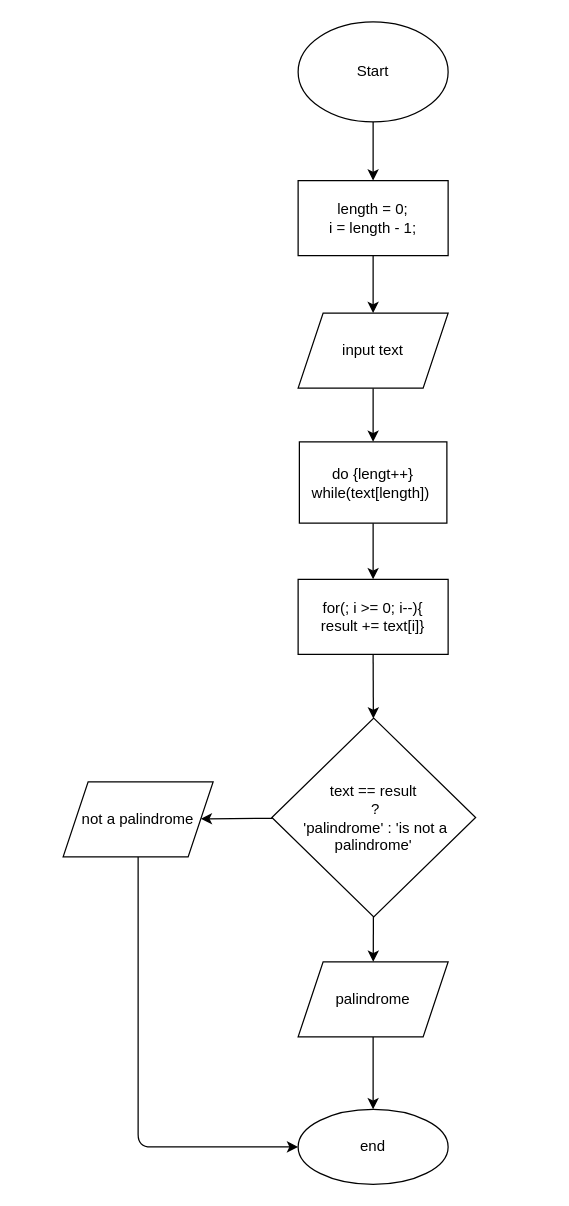
Deniansyah/fw12-javascript1 keeps this draw.io diagram as task1a.drawio. Above is the earlier version. Source tidied: cells renumbered, new cells numbered last; positions are measured from the earlier drawing's top-left corner, leaving out a move shared by most shapes. Both pictures are drawn from the tidied source at 125%, with x=0, y=0 at pixel (62, 21).
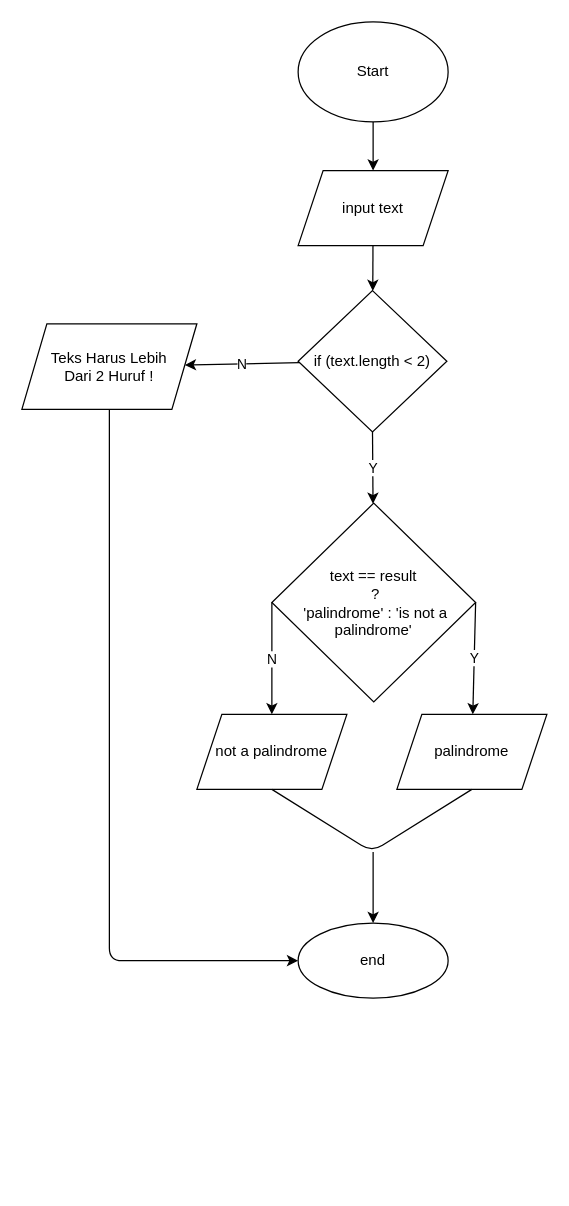
The same page after the edit.

Commit message (it also covers changes not shown here):
change flowchart, re-built task5 without method

The change refers to these unchanged cells:
```xml
<mxCell id="3" value="Start" style="ellipse;whiteSpace=wrap;html=1;" parent="1" vertex="1">
  <mxGeometry x="188" width="120" height="80" as="geometry" />
</mxCell>
```

The edit, as a diff of the source:
```diff
@@
-    <mxCell id="2" style="edgeStyle=none;html=1;" parent="1" edge="1" source="3" target="18">
+    <mxCell id="2" style="edgeStyle=none;html=1;entryX=0.5;entryY=0;entryDx=0;entryDy=0;" parent="1" edge="1" source="3" target="5">
       <mxGeometry relative="1" as="geometry" />
     </mxCell>
@@
-    <mxCell id="4" style="edgeStyle=orthogonalEdgeStyle;rounded=0;jettySize=auto;html=1;" parent="1" edge="1" source="5" target="7">
-      <mxGeometry relative="1" as="geometry" />
-    </mxCell>
+    <mxCell id="20" style="edgeStyle=none;html=1;" parent="1" edge="1" source="5" target="19">
+      <mxGeometry relative="1" as="geometry" />
+    </mxCell>
     <mxCell id="5" value="input text" style="shape=parallelogram;perimeter=parallelogramPerimeter;whiteSpace=wrap;html=1;fixedSize=1;" parent="1" vertex="1">
-      <mxGeometry x="188" y="233" width="120" height="60" as="geometry" />
+      <mxGeometry x="188" y="119" width="120" height="60" as="geometry" />
     </mxCell>
-    <mxCell id="6" style="edgeStyle=none;html=1;" parent="1" edge="1" source="7" target="9">
-      <mxGeometry relative="1" as="geometry" />
-    </mxCell>
-    <mxCell id="7" value="do {lengt++}&lt;br&gt;while(text[length])&amp;nbsp;" style="whiteSpace=wrap;html=1;" parent="1" vertex="1">
-      <mxGeometry x="189" y="336" width="118" height="65" as="geometry" />
-    </mxCell>
-    <mxCell id="8" style="edgeStyle=none;html=1;exitX=0.5;exitY=1;exitDx=0;exitDy=0;" parent="1" edge="1" source="9" target="12">
+    <mxCell id="8" value="Y" style="edgeStyle=none;html=1;exitX=0.5;exitY=1;exitDx=0;exitDy=0;" parent="1" edge="1" source="19" target="12">
       <mxGeometry relative="1" as="geometry" />
     </mxCell>
-    <mxCell id="9" value="for(; i &amp;gt;= 0; i--){&lt;br&gt;result += text[i]}" style="whiteSpace=wrap;html=1;" parent="1" vertex="1">
-      <mxGeometry x="188" y="446" width="120" height="60" as="geometry" />
-    </mxCell>
-    <mxCell id="10" style="edgeStyle=none;html=1;" parent="1" edge="1" source="12" target="14">
+    <mxCell id="10" value="Y" style="edgeStyle=none;html=1;exitX=1;exitY=0.5;exitDx=0;exitDy=0;" parent="1" edge="1" source="12" target="14">
       <mxGeometry relative="1" as="geometry" />
     </mxCell>
-    <mxCell id="11" style="edgeStyle=none;html=1;" parent="1" edge="1" source="12" target="15">
+    <mxCell id="11" value="N" style="edgeStyle=none;html=1;exitX=0;exitY=0.5;exitDx=0;exitDy=0;" parent="1" edge="1" source="12" target="15">
       <mxGeometry relative="1" as="geometry" />
     </mxCell>
     <mxCell id="12" value="text == result&lt;br&gt;&amp;nbsp;?&lt;br&gt;&amp;nbsp;'palindrome' : 'is not a palindrome'" style="rhombus;whiteSpace=wrap;html=1;" parent="1" vertex="1">
-      <mxGeometry x="167" y="557" width="163" height="159" as="geometry" />
+      <mxGeometry x="167" y="385" width="163" height="159" as="geometry" />
     </mxCell>
-    <mxCell id="13" style="edgeStyle=none;html=1;" parent="1" edge="1" source="14" target="16">
-      <mxGeometry relative="1" as="geometry" />
-    </mxCell>
     <mxCell id="14" value="palindrome" style="shape=parallelogram;perimeter=parallelogramPerimeter;whiteSpace=wrap;html=1;fixedSize=1;" parent="1" vertex="1">
-      <mxGeometry x="188" y="752" width="120" height="60" as="geometry" />
+      <mxGeometry x="267" y="554" width="120" height="60" as="geometry" />
     </mxCell>
     <mxCell id="15" value="not a palindrome" style="shape=parallelogram;perimeter=parallelogramPerimeter;whiteSpace=wrap;html=1;fixedSize=1;" parent="1" vertex="1">
-      <mxGeometry y="608" width="120" height="60" as="geometry" />
+      <mxGeometry x="107" y="554" width="120" height="60" as="geometry" />
     </mxCell>
     <mxCell id="16" value="end" style="ellipse;whiteSpace=wrap;html=1;" parent="1" vertex="1">
-      <mxGeometry x="188" y="870" width="120" height="60" as="geometry" />
+      <mxGeometry x="188" y="721" width="120" height="60" as="geometry" />
     </mxCell>
-    <mxCell id="17" style="endArrow=classic;html=1;exitX=0.5;exitY=1;exitDx=0;exitDy=0;entryX=0;entryY=0.5;entryDx=0;entryDy=0;" parent="1" edge="1" source="15" target="16">
-      <mxGeometry relative="1" as="geometry">
-        <Array as="points">
-          <mxPoint x="60" y="900" />
-        </Array>
-      </mxGeometry>
-    </mxCell>
-    <mxCell id="18" value="length = 0;&lt;br&gt;i = length - 1;" style="whiteSpace=wrap;html=1;" parent="1" vertex="1">
-      <mxGeometry x="188" y="127" width="120" height="60" as="geometry" />
-    </mxCell>
+    <mxCell id="21" value="N" style="edgeStyle=none;html=1;" parent="1" edge="1" source="19" target="24">
+      <mxGeometry relative="1" as="geometry" />
+    </mxCell>
-    <mxCell id="19" style="endArrow=classic;html=1;exitX=0.5;exitY=1;exitDx=0;exitDy=0;entryX=0.5;entryY=0;entryDx=0;entryDy=0;" parent="1" edge="1" source="18" target="5">
-      <mxGeometry relative="1" as="geometry" />
+    <mxCell id="19" value="if (text.length &amp;lt; 2)" style="rhombus;whiteSpace=wrap;html=1;" parent="1" vertex="1">
+      <mxGeometry x="188" y="215" width="119" height="113" as="geometry" />
     </mxCell>
+    <mxCell id="22" style="endArrow=none;html=1;exitX=0.5;exitY=1;exitDx=0;exitDy=0;entryX=0.5;entryY=1;entryDx=0;entryDy=0;" parent="1" edge="1" source="15" target="14">
+      <mxGeometry relative="1" as="geometry">
+        <Array as="points">
+          <mxPoint x="247" y="664" />
+        </Array>
+      </mxGeometry>
+    </mxCell>
+    <mxCell id="23" style="endArrow=classic;html=1;entryX=0.5;entryY=0;entryDx=0;entryDy=0;" parent="1" edge="1" target="16">
+      <mxGeometry relative="1" as="geometry">
+        <mxPoint x="248" y="664" as="sourcePoint" />
+      </mxGeometry>
+    </mxCell>
+    <mxCell id="24" value="Teks Harus Lebih&lt;br&gt;Dari 2 Huruf !" style="shape=parallelogram;perimeter=parallelogramPerimeter;whiteSpace=wrap;html=1;fixedSize=1;" parent="1" vertex="1">
+      <mxGeometry x="-33" y="241.5" width="140" height="68.5" as="geometry" />
+    </mxCell>
+    <mxCell id="25" style="endArrow=classic;html=1;exitX=0.5;exitY=1;exitDx=0;exitDy=0;entryX=0;entryY=0.5;entryDx=0;entryDy=0;" parent="1" edge="1" source="24" target="16">
+      <mxGeometry relative="1" as="geometry">
+        <Array as="points">
+          <mxPoint x="37" y="751" />
+        </Array>
+      </mxGeometry>
+    </mxCell>
```
